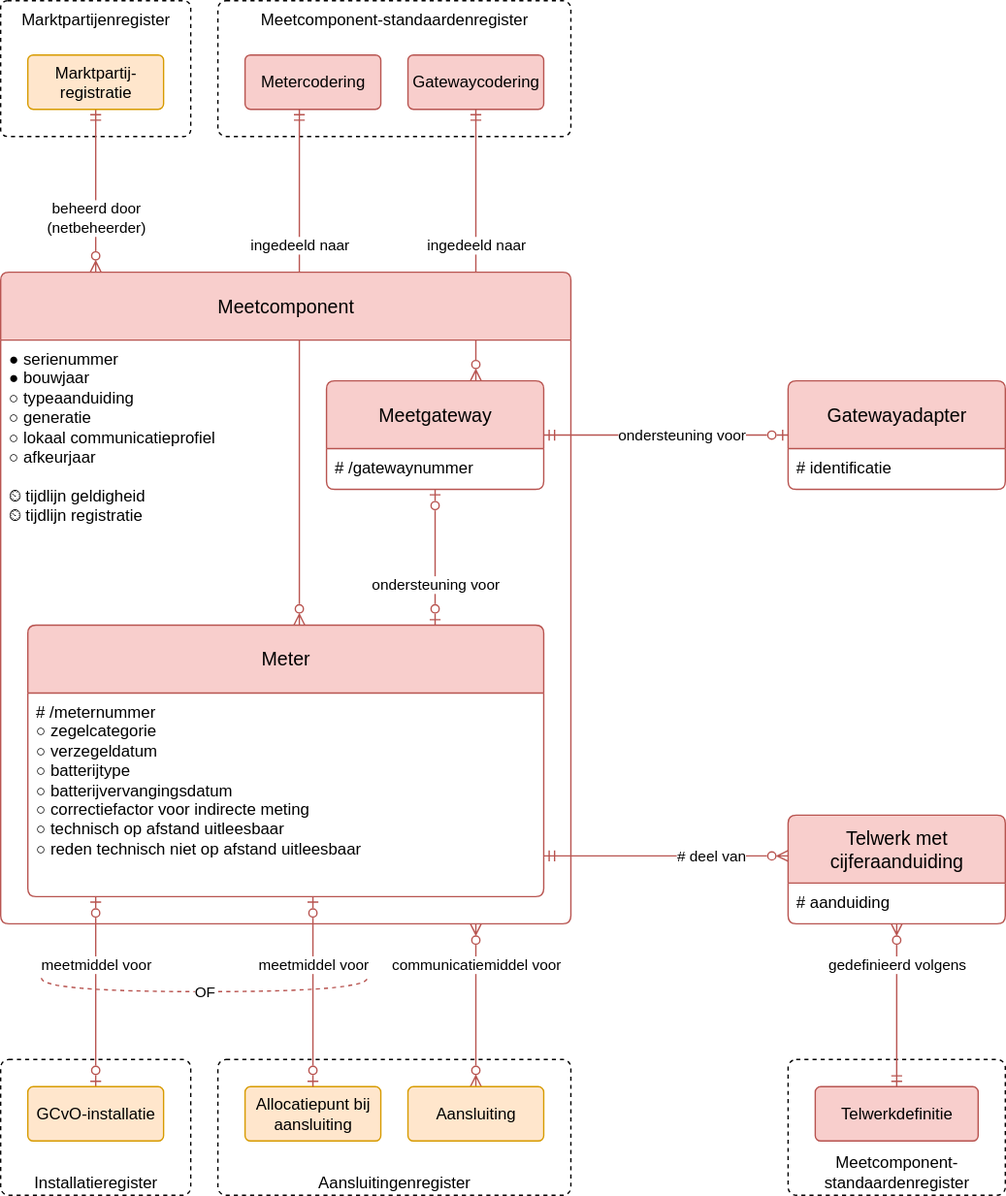
The draw.io diagram modellen/registers/meetcomponentenregister/1.0.0/model.drawio.svg in sefanja/nbnl-conceptuele-informatiemodellen, before a commit. Source tidied: cells renumbered, new cells last; positions are measured from the earlier drawing's top-left corner, leaving out a move shared by most shapes.
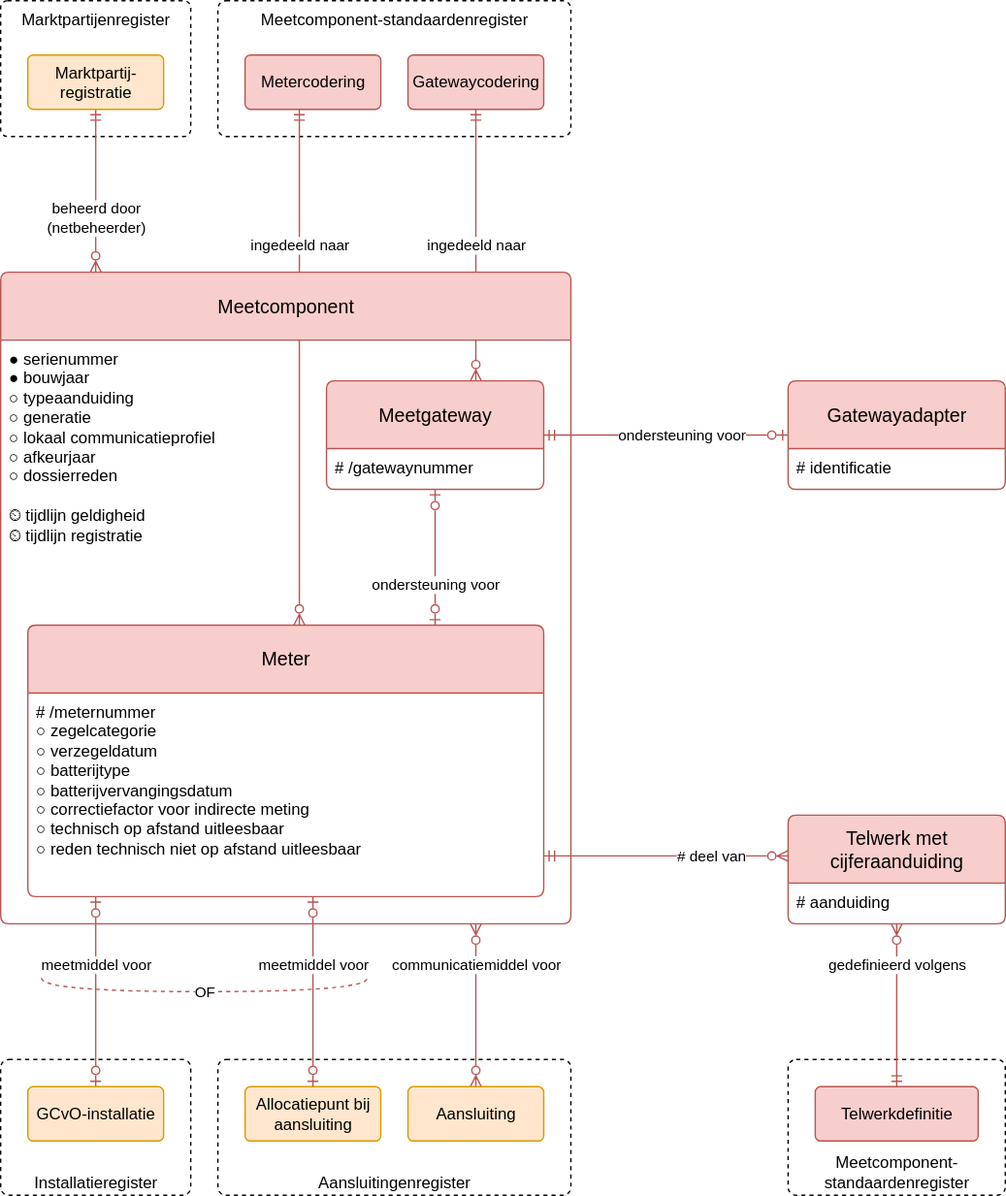
After the change.

Change to the diagram source:
```diff
@@ -24,7 +24,7 @@
     <mxCell id="7" value="Meetcomponent" style="swimlane;horizontal=1;startSize=50;rounded=1;fontSize=14;fontStyle=0;strokeWidth=1;shadow=0;dashed=0;align=center;fillColor=#f8cecc;strokeColor=#b85450;arcSize=4;whiteSpace=wrap;html=1;" parent="1" vertex="1">
       <mxGeometry y="200" width="420" height="480" as="geometry" />
     </mxCell>
-    <mxCell id="8" value="●&amp;nbsp;serienummer&lt;br&gt;●&amp;nbsp;bouwjaar&lt;br&gt;&lt;div&gt;&lt;/div&gt;&lt;div&gt;○ typeaanduiding&lt;span style=&quot;background-color: transparent; color: light-dark(rgb(0, 0, 0), rgb(255, 255, 255));&quot;&gt;&lt;/span&gt;&lt;/div&gt;&lt;div&gt;&lt;span style=&quot;background-color: transparent; color: light-dark(rgb(0, 0, 0), rgb(255, 255, 255));&quot;&gt;○ generatie&lt;/span&gt;&lt;/div&gt;&lt;div&gt;&lt;span style=&quot;background-color: transparent; color: light-dark(rgb(0, 0, 0), rgb(255, 255, 255));&quot;&gt;○&amp;nbsp;&lt;/span&gt;&lt;span style=&quot;background-color: transparent; color: light-dark(rgb(0, 0, 0), rgb(255, 255, 255));&quot;&gt;lokaal communicatieprofiel&lt;/span&gt;&lt;/div&gt;&lt;div&gt;○ afkeurjaar&lt;span style=&quot;background-color: transparent; color: light-dark(rgb(0, 0, 0), rgb(255, 255, 255));&quot;&gt;&lt;/span&gt;&lt;/div&gt;&lt;div&gt;&lt;br&gt;&lt;/div&gt;&lt;div&gt;&lt;span style=&quot;background-color: transparent;&quot;&gt;⏲ tijdlijn geldigheid&lt;/span&gt;&lt;/div&gt;&lt;div&gt;⏲ tijdlijn registratie&lt;span style=&quot;background-color: transparent;&quot;&gt;&lt;/span&gt;&lt;/div&gt;" style="align=left;strokeColor=none;fillColor=none;spacingLeft=4;fontSize=12;verticalAlign=top;fontStyle=0;html=1;" parent="7" vertex="1">
+    <mxCell id="8" value="●&amp;nbsp;serienummer&lt;br&gt;●&amp;nbsp;bouwjaar&lt;br&gt;&lt;div&gt;&lt;/div&gt;&lt;div&gt;○ typeaanduiding&lt;span style=&quot;background-color: transparent; color: light-dark(rgb(0, 0, 0), rgb(255, 255, 255));&quot;&gt;&lt;/span&gt;&lt;/div&gt;&lt;div&gt;&lt;span style=&quot;background-color: transparent; color: light-dark(rgb(0, 0, 0), rgb(255, 255, 255));&quot;&gt;○ generatie&lt;/span&gt;&lt;/div&gt;&lt;div&gt;&lt;span style=&quot;background-color: transparent; color: light-dark(rgb(0, 0, 0), rgb(255, 255, 255));&quot;&gt;○&amp;nbsp;&lt;/span&gt;&lt;span style=&quot;background-color: transparent; color: light-dark(rgb(0, 0, 0), rgb(255, 255, 255));&quot;&gt;lokaal communicatieprofiel&lt;/span&gt;&lt;/div&gt;&lt;div&gt;○ afkeurjaar&lt;span style=&quot;background-color: transparent; color: light-dark(rgb(0, 0, 0), rgb(255, 255, 255));&quot;&gt;&lt;/span&gt;&lt;/div&gt;&lt;div&gt;○ dossierreden&lt;/div&gt;&lt;div&gt;&lt;br&gt;&lt;/div&gt;&lt;div&gt;&lt;span style=&quot;background-color: transparent;&quot;&gt;⏲ tijdlijn geldigheid&lt;/span&gt;&lt;/div&gt;&lt;div&gt;⏲ tijdlijn registratie&lt;span style=&quot;background-color: transparent;&quot;&gt;&lt;/span&gt;&lt;/div&gt;" style="align=left;strokeColor=none;fillColor=none;spacingLeft=4;fontSize=12;verticalAlign=top;fontStyle=0;html=1;" parent="7" vertex="1">
       <mxGeometry y="50" width="420" height="430" as="geometry" />
     </mxCell>
     <mxCell id="9" value="Aansluitingenregister" style="rounded=1;whiteSpace=wrap;html=1;dashed=1;verticalAlign=bottom;arcSize=6;" parent="1" vertex="1">
```
